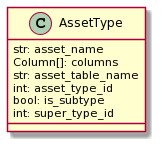
PDT42/AnyBase keeps this PlantUML diagram as doc/entities/graphics/rendered_images/asset_type_class.png. Above is the earlier version.
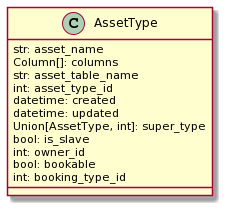
After the commit.

What changed in the source:
```diff
@@ -4,7 +4,12 @@
     Column[]: columns
     str: asset_table_name
     int: asset_type_id
-    bool: is_subtype
-    int: super_type_id
+    datetime: created
+    datetime: updated
+    Union[AssetType, int]: super_type
+    bool: is_slave
+    int: owner_id
+    bool: bookable
+    int: booking_type_id
 }
 @enduml
```
